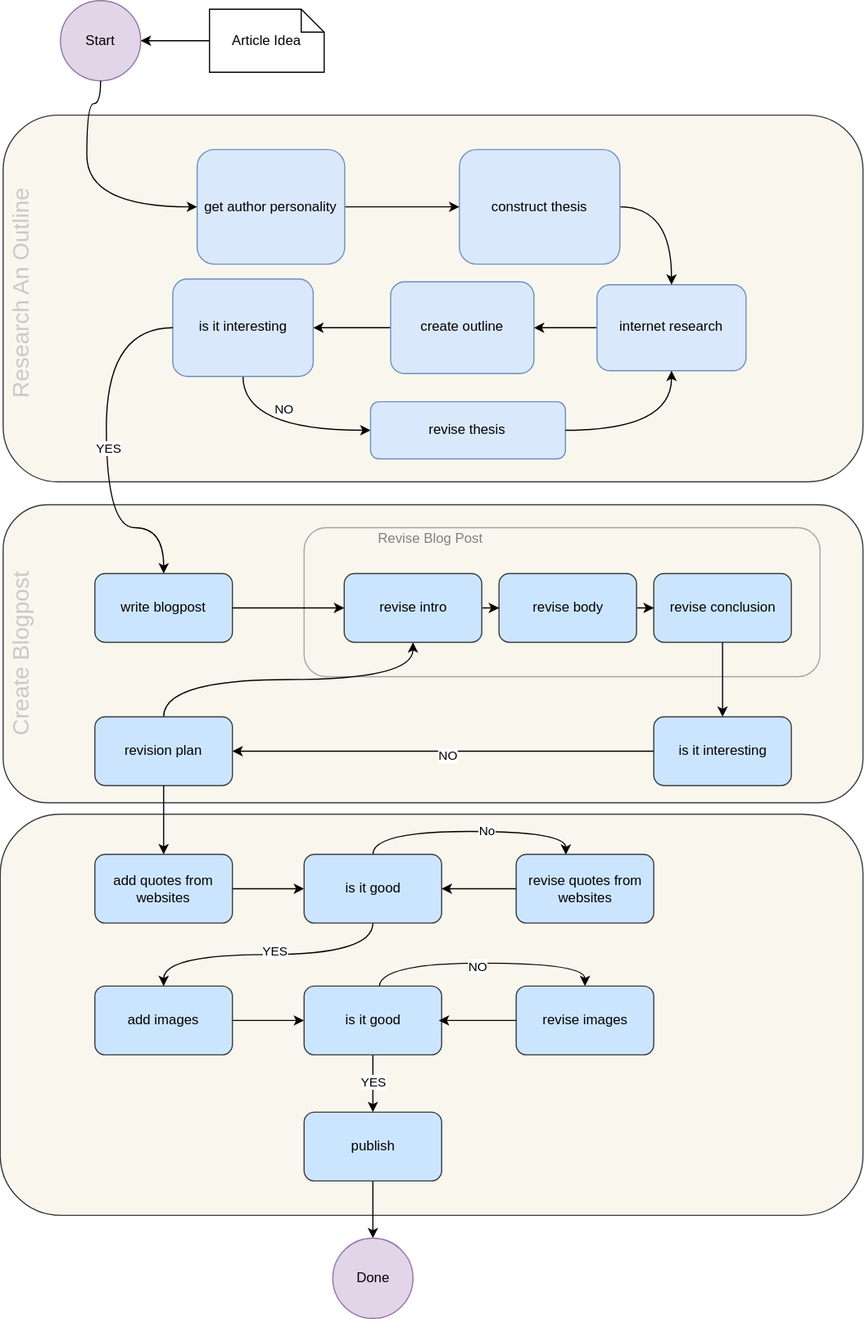
This is diagram/blog-agent.drawio.svg from lojones/blog-agent-assets, a draw.io export, as it was before one commit. Source tidied: cells renumbered, new cells last; positions are measured from the earlier drawing's top-left corner, leaving out a move shared by most shapes.
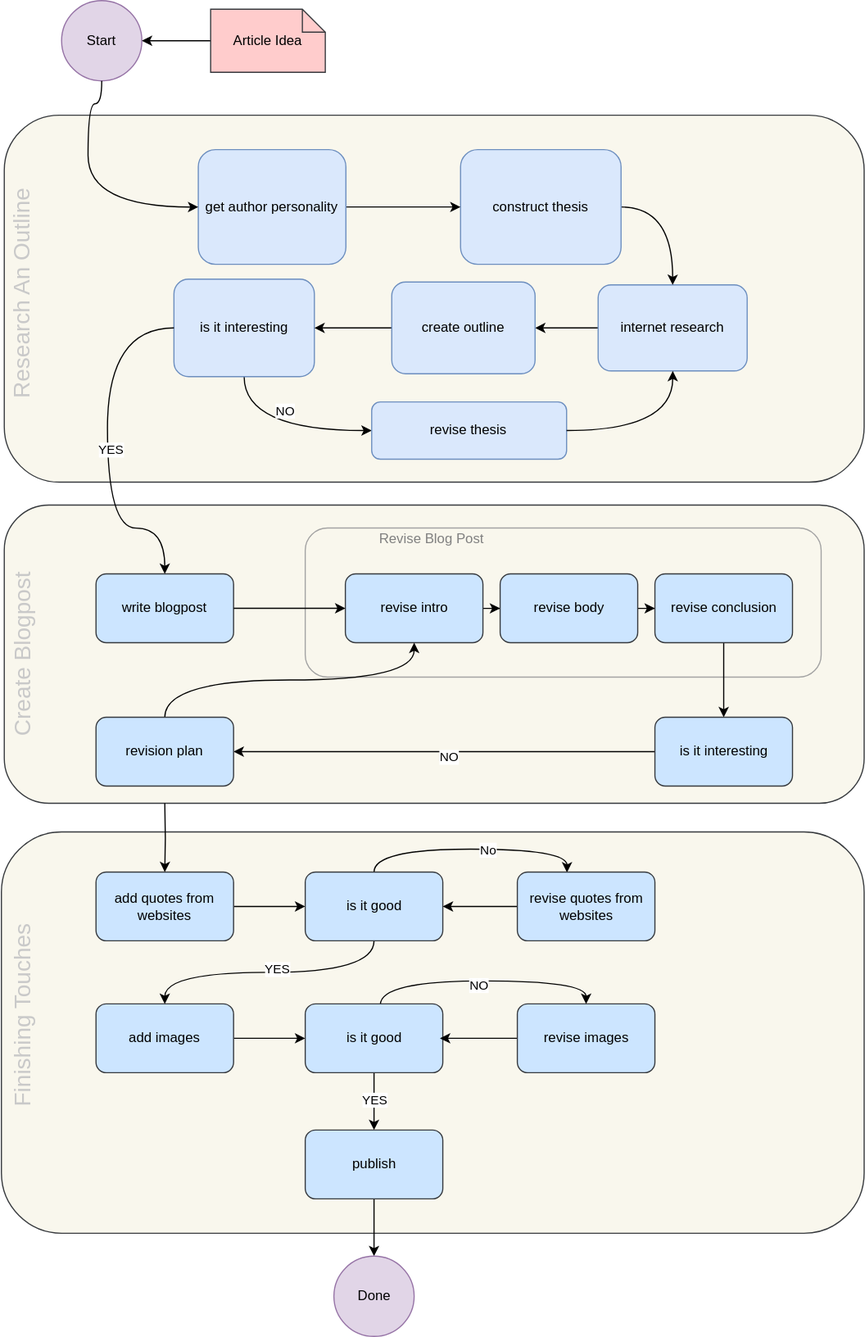
After the commit.

Diff of the diagram source:
```diff
@@ -8,7 +8,7 @@
     <mxCell id="3" style="edgeStyle=orthogonalEdgeStyle;rounded=0;jettySize=auto;html=1;exitX=0;exitY=0.5;exitDx=0;exitDy=0;exitPerimeter=0;" parent="1" edge="1" source="4" target="2">
       <mxGeometry relative="1" as="geometry" />
     </mxCell>
-    <mxCell id="4" value="Article Idea" style="shape=note;size=20;whiteSpace=wrap;html=1;" parent="1" vertex="1">
+    <mxCell id="4" value="Article Idea" style="shape=note;size=20;whiteSpace=wrap;html=1;fillColor=#ffcccc;strokeColor=#36393d;" parent="1" vertex="1">
       <mxGeometry x="265" y="7.5" width="100" height="55" as="geometry" />
     </mxCell>
     <mxCell id="5" style="rounded=1;whiteSpace=wrap;html=1;fillColor=#f9f7ed;strokeColor=#36393d;" parent="1" vertex="1">
@@ -125,7 +125,7 @@
       <mxGeometry x="165" y="625" width="120" height="60" as="geometry" />
     </mxCell>
     <mxCell id="39" style="rounded=1;whiteSpace=wrap;html=1;fillColor=#f9f7ed;strokeColor=#36393d;" parent="1" vertex="1">
-      <mxGeometry x="82.5" y="710" width="752.5" height="350" as="geometry" />
+      <mxGeometry x="82.5" y="725" width="752.5" height="350" as="geometry" />
     </mxCell>
     <mxCell id="40" value="Create Blogpost" style="text;html=1;align=center;verticalAlign=middle;whiteSpace=wrap;rounded=0;fontColor=light-dark(#c9c9c9, #ededed);fontSize=20;rotation=-90;" parent="1" vertex="1">
       <mxGeometry x="25" y="560" width="150" height="20" as="geometry" />
@@ -134,13 +134,13 @@
       <mxGeometry relative="1" as="geometry" />
     </mxCell>
     <mxCell id="42" value="add&amp;nbsp;&lt;span style=&quot;background-color: transparent; color: light-dark(rgb(0, 0, 0), rgb(255, 255, 255));&quot;&gt;quotes from websites&lt;/span&gt;" style="rounded=1;whiteSpace=wrap;html=1;fillColor=#cce5ff;strokeColor=#36393d;" parent="1" vertex="1">
-      <mxGeometry x="165" y="745" width="120" height="60" as="geometry" />
+      <mxGeometry x="165" y="760" width="120" height="60" as="geometry" />
     </mxCell>
     <mxCell id="43" style="edgeStyle=orthogonalEdgeStyle;rounded=0;jettySize=auto;html=1;" parent="1" edge="1" source="44" target="54">
       <mxGeometry relative="1" as="geometry" />
     </mxCell>
     <mxCell id="44" value="add images" style="rounded=1;whiteSpace=wrap;html=1;fillColor=#cce5ff;strokeColor=#36393d;" parent="1" vertex="1">
-      <mxGeometry x="165" y="860" width="120" height="60" as="geometry" />
+      <mxGeometry x="165" y="875" width="120" height="60" as="geometry" />
     </mxCell>
     <mxCell id="45" style="edgeStyle=orthogonalEdgeStyle;rounded=0;jettySize=auto;html=1;entryX=0.361;entryY=0.007;entryDx=0;entryDy=0;exitX=0.5;exitY=0;exitDx=0;exitDy=0;entryPerimeter=0;curved=1;" parent="1" edge="1" source="49" target="59">
       <mxGeometry relative="1" as="geometry" />
@@ -155,7 +155,7 @@
       <mxGeometry x="-0.05" y="-3" relative="1" as="geometry" />
     </mxCell>
     <mxCell id="49" value="is it good" style="rounded=1;whiteSpace=wrap;html=1;fillColor=#cce5ff;strokeColor=#36393d;" parent="1" vertex="1">
-      <mxGeometry x="347.5" y="745" width="120" height="60" as="geometry" />
+      <mxGeometry x="347.5" y="760" width="120" height="60" as="geometry" />
     </mxCell>
     <mxCell id="50" style="edgeStyle=orthogonalEdgeStyle;rounded=0;jettySize=auto;html=1;entryX=0.5;entryY=0;entryDx=0;entryDy=0;exitX=0.546;exitY=0.013;exitDx=0;exitDy=0;exitPerimeter=0;curved=1;" parent="1" edge="1" source="54" target="61">
       <mxGeometry relative="1" as="geometry" />
@@ -170,33 +170,38 @@
       <mxGeometry x="-0.04" relative="1" as="geometry" />
     </mxCell>
     <mxCell id="54" value="is it good" style="rounded=1;whiteSpace=wrap;html=1;fillColor=#cce5ff;strokeColor=#36393d;" parent="1" vertex="1">
-      <mxGeometry x="347.5" y="860" width="120" height="60" as="geometry" />
+      <mxGeometry x="347.5" y="875" width="120" height="60" as="geometry" />
     </mxCell>
     <mxCell id="55" style="edgeStyle=orthogonalEdgeStyle;rounded=0;jettySize=auto;html=1;" parent="1" edge="1" source="56" target="62">
       <mxGeometry relative="1" as="geometry" />
     </mxCell>
     <mxCell id="56" value="publish" style="rounded=1;whiteSpace=wrap;html=1;fillColor=#cce5ff;strokeColor=#36393d;" parent="1" vertex="1">
-      <mxGeometry x="347.5" y="970" width="120" height="60" as="geometry" />
+      <mxGeometry x="347.5" y="985" width="120" height="60" as="geometry" />
     </mxCell>
-    <mxCell id="57" style="edgeStyle=orthogonalEdgeStyle;rounded=0;jettySize=auto;html=1;" parent="1" edge="1" source="38" target="42">
-      <mxGeometry relative="1" as="geometry" />
+    <mxCell id="57" style="edgeStyle=orthogonalEdgeStyle;rounded=0;jettySize=auto;html=1;" parent="1" edge="1" target="42">
+      <mxGeometry relative="1" as="geometry">
+        <mxPoint x="225" y="700" as="sourcePoint" />
+      </mxGeometry>
     </mxCell>
     <mxCell id="58" style="edgeStyle=orthogonalEdgeStyle;rounded=0;jettySize=auto;html=1;" parent="1" edge="1" source="59" target="49">
       <mxGeometry relative="1" as="geometry" />
     </mxCell>
     <mxCell id="59" value="revise&amp;nbsp;&lt;span style=&quot;background-color: transparent; color: light-dark(rgb(0, 0, 0), rgb(255, 255, 255));&quot;&gt;quotes from websites&lt;/span&gt;" style="rounded=1;whiteSpace=wrap;html=1;fillColor=#cce5ff;strokeColor=#36393d;" parent="1" vertex="1">
-      <mxGeometry x="532.5" y="745" width="120" height="60" as="geometry" />
+      <mxGeometry x="532.5" y="760" width="120" height="60" as="geometry" />
     </mxCell>
     <mxCell id="60" style="edgeStyle=orthogonalEdgeStyle;rounded=0;jettySize=auto;html=1;" parent="1" edge="1" source="61">
       <mxGeometry relative="1" as="geometry">
-        <mxPoint x="465" y="890" as="targetPoint" />
+        <mxPoint x="465" y="905" as="targetPoint" />
       </mxGeometry>
     </mxCell>
     <mxCell id="61" value="revise&amp;nbsp;&lt;span style=&quot;background-color: transparent; color: light-dark(rgb(0, 0, 0), rgb(255, 255, 255));&quot;&gt;images&lt;/span&gt;" style="rounded=1;whiteSpace=wrap;html=1;fillColor=#cce5ff;strokeColor=#36393d;" parent="1" vertex="1">
-      <mxGeometry x="532.5" y="860" width="120" height="60" as="geometry" />
+      <mxGeometry x="532.5" y="875" width="120" height="60" as="geometry" />
     </mxCell>
     <mxCell id="62" value="Done" style="ellipse;whiteSpace=wrap;html=1;fillColor=#e1d5e7;strokeColor=#9673a6;" parent="1" vertex="1">
-      <mxGeometry x="372.5" y="1080" width="70" height="70" as="geometry" />
+      <mxGeometry x="372.5" y="1095" width="70" height="70" as="geometry" />
     </mxCell>
+    <mxCell id="63" value="Finishing Touches" style="text;html=1;align=center;verticalAlign=middle;whiteSpace=wrap;rounded=0;fontColor=light-dark(#c9c9c9, #ededed);fontSize=20;rotation=-90;" parent="1" vertex="1">
+      <mxGeometry x="15" y="875" width="170" height="20" as="geometry" />
+    </mxCell>
   </root>
 </mxGraphModel>
```
